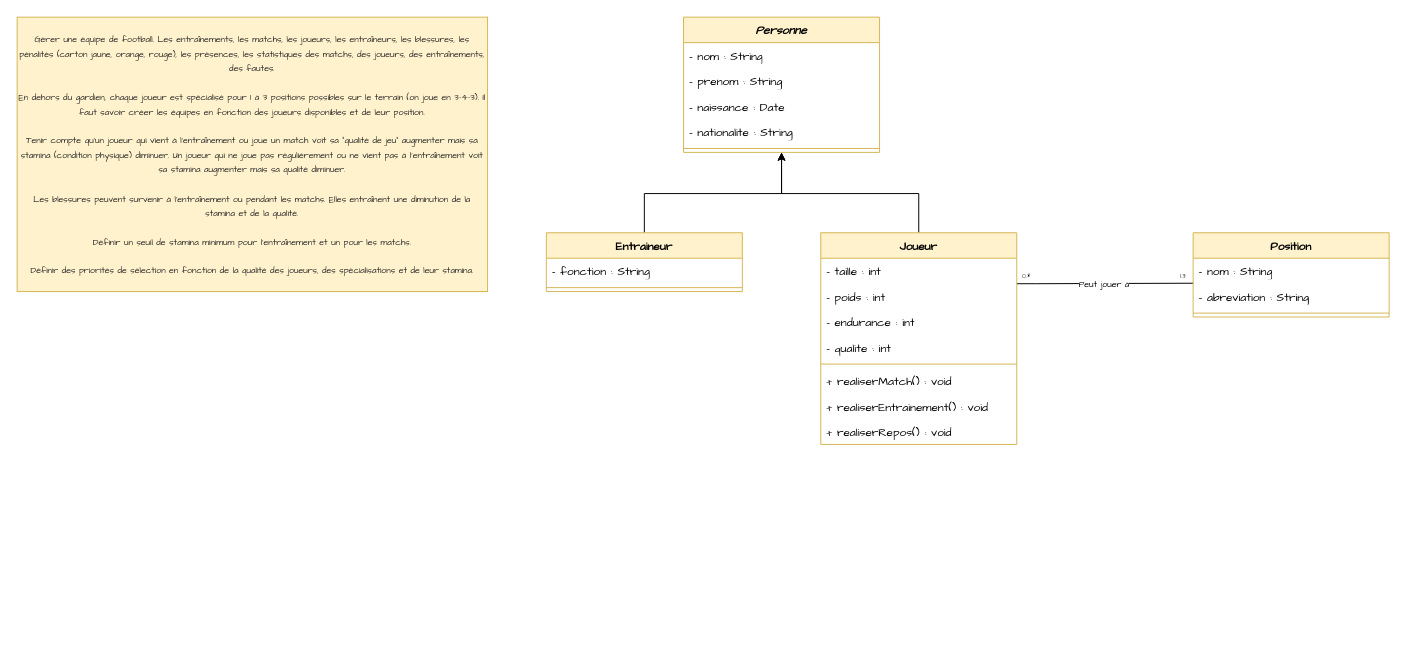
alexandrerahir/PulseCoaching keeps this draw.io diagram as diagramme_classes.drawio. Above is the earlier version. Source tidied: cells renumbered, new cells numbered last; positions are measured from the earlier drawing's top-left corner, leaving out a move shared by most shapes. Both pictures are drawn from the tidied source at 98%, with x=0, y=0 at pixel (17, 17).
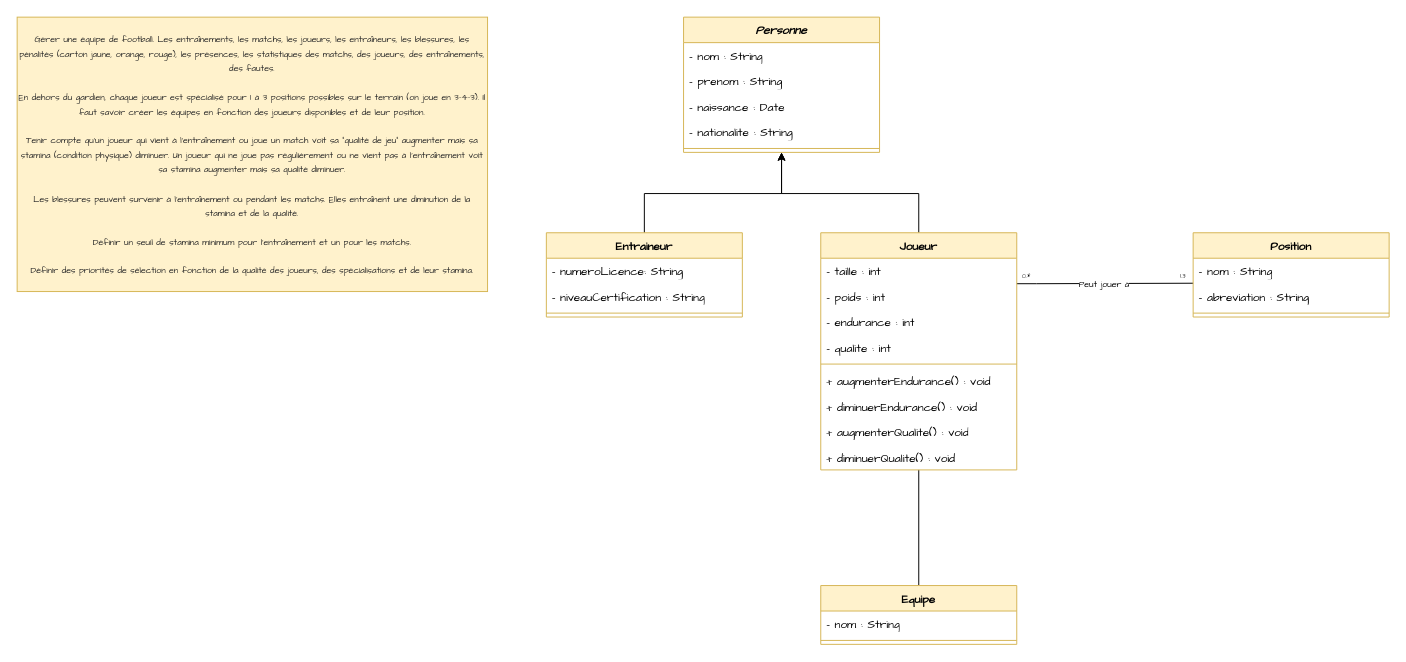
Above is the later version.

The edit, as a diff of the source:
```diff
@@
+    <mxCell id="31" style="edgeStyle=orthogonalEdgeStyle;rounded=0;jettySize=auto;html=1;entryX=0.5;entryY=0;entryDx=0;entryDy=0;endArrow=none;startFill=0;" parent="1" edge="1" source="7" target="34">
+      <mxGeometry relative="1" as="geometry" />
+    </mxCell>
     <mxCell id="7" value="&lt;font style=&quot;&quot; face=&quot;Comic Sans MS&quot;&gt;Joueur&lt;/font&gt;" style="swimlane;fontStyle=1;align=center;verticalAlign=top;horizontal=1;startSize=26;whiteSpace=wrap;html=1;fillColor=#fff2cc;strokeColor=#d6b656;" parent="1" vertex="1">
-      <mxGeometry x="820" y="220" width="200" height="216" as="geometry" />
+      <mxGeometry x="820" y="220" width="200" height="242" as="geometry" />
     </mxCell>
@@
-    <mxCell id="13" value="&lt;font face=&quot;Comic Sans MS&quot;&gt;+ realiserMatch() : void&lt;/font&gt;" style="text;strokeColor=none;fillColor=none;align=left;verticalAlign=top;spacingLeft=4;spacingRight=4;overflow=hidden;whiteSpace=wrap;html=1;" parent="7" vertex="1">
+    <mxCell id="13" value="&lt;font face=&quot;Comic Sans MS&quot;&gt;+ augmenterEndurance() : void&lt;/font&gt;" style="text;strokeColor=none;fillColor=none;align=left;verticalAlign=top;spacingLeft=4;spacingRight=4;overflow=hidden;whiteSpace=wrap;html=1;" parent="7" vertex="1">
       <mxGeometry y="138" width="200" height="26" as="geometry" />
     </mxCell>
-    <mxCell id="14" value="&lt;font face=&quot;Comic Sans MS&quot;&gt;+ realiserEntrainement() : void&lt;/font&gt;" style="text;strokeColor=none;fillColor=none;align=left;verticalAlign=top;spacingLeft=4;spacingRight=4;overflow=hidden;whiteSpace=wrap;html=1;" parent="7" vertex="1">
+    <mxCell id="14" value="&lt;font face=&quot;Comic Sans MS&quot;&gt;+ diminuerEndurance() : void&lt;/font&gt;" style="text;strokeColor=none;fillColor=none;align=left;verticalAlign=top;spacingLeft=4;spacingRight=4;overflow=hidden;whiteSpace=wrap;html=1;" parent="7" vertex="1">
       <mxGeometry y="164" width="200" height="26" as="geometry" />
     </mxCell>
-    <mxCell id="15" value="&lt;font face=&quot;Comic Sans MS&quot;&gt;+ realiserRepos() : void&lt;/font&gt;" style="text;strokeColor=none;fillColor=none;align=left;verticalAlign=top;spacingLeft=4;spacingRight=4;overflow=hidden;whiteSpace=wrap;html=1;" parent="7" vertex="1">
+    <mxCell id="15" value="&lt;font face=&quot;Comic Sans MS&quot;&gt;+ augmenterQualite() : void&lt;/font&gt;" style="text;strokeColor=none;fillColor=none;align=left;verticalAlign=top;spacingLeft=4;spacingRight=4;overflow=hidden;whiteSpace=wrap;html=1;" parent="7" vertex="1">
       <mxGeometry y="190" width="200" height="26" as="geometry" />
     </mxCell>
+    <mxCell id="32" value="&lt;font face=&quot;Comic Sans MS&quot;&gt;+ diminuerQualite() : void&lt;/font&gt;" style="text;strokeColor=none;fillColor=none;align=left;verticalAlign=top;spacingLeft=4;spacingRight=4;overflow=hidden;whiteSpace=wrap;html=1;" parent="7" vertex="1">
+      <mxGeometry y="216" width="200" height="26" as="geometry" />
+    </mxCell>
@@
     <mxCell id="27" value="&lt;font style=&quot;&quot; face=&quot;Comic Sans MS&quot;&gt;Entraineur&lt;/font&gt;" style="swimlane;fontStyle=1;align=center;verticalAlign=top;horizontal=1;startSize=26;whiteSpace=wrap;html=1;fillColor=#fff2cc;strokeColor=#d6b656;" parent="1" vertex="1">
-      <mxGeometry x="540" y="220" width="200" height="60" as="geometry" />
+      <mxGeometry x="540" y="220" width="200" height="86" as="geometry" />
     </mxCell>
-    <mxCell id="28" value="&lt;font style=&quot;&quot; face=&quot;Comic Sans MS&quot;&gt;- fonction : String&lt;/font&gt;" style="text;strokeColor=none;fillColor=none;align=left;verticalAlign=top;spacingLeft=4;spacingRight=4;overflow=hidden;whiteSpace=wrap;html=1;" parent="27" vertex="1">
+    <mxCell id="28" value="&lt;font style=&quot;&quot; face=&quot;Comic Sans MS&quot;&gt;- numeroLicence: String&lt;/font&gt;" style="text;strokeColor=none;fillColor=none;align=left;verticalAlign=top;spacingLeft=4;spacingRight=4;overflow=hidden;whiteSpace=wrap;html=1;" parent="27" vertex="1">
       <mxGeometry y="26" width="200" height="26" as="geometry" />
     </mxCell>
+    <mxCell id="33" value="&lt;font style=&quot;&quot; face=&quot;Comic Sans MS&quot;&gt;- niveauCertification : String&lt;/font&gt;" style="text;strokeColor=none;fillColor=none;align=left;verticalAlign=top;spacingLeft=4;spacingRight=4;overflow=hidden;whiteSpace=wrap;html=1;" parent="27" vertex="1">
+      <mxGeometry y="52" width="200" height="26" as="geometry" />
+    </mxCell>
     <mxCell id="29" style="line;strokeWidth=1;fillColor=none;align=left;verticalAlign=middle;spacingTop=-1;spacingLeft=3;spacingRight=3;labelPosition=right;strokeColor=inherit;" parent="27" vertex="1">
-      <mxGeometry y="52" width="200" height="8" as="geometry" />
+      <mxGeometry y="78" width="200" height="8" as="geometry" />
     </mxCell>
@@
+    <mxCell id="34" value="&lt;font style=&quot;&quot; face=&quot;Comic Sans MS&quot;&gt;Equipe&lt;/font&gt;" style="swimlane;fontStyle=1;align=center;verticalAlign=top;horizontal=1;startSize=26;whiteSpace=wrap;html=1;fillColor=#fff2cc;strokeColor=#d6b656;" parent="1" vertex="1">
+      <mxGeometry x="820" y="580" width="200" height="60" as="geometry" />
+    </mxCell>
+    <mxCell id="35" value="&lt;font face=&quot;Comic Sans MS&quot;&gt;- nom : String&lt;/font&gt;" style="text;strokeColor=none;fillColor=none;align=left;verticalAlign=top;spacingLeft=4;spacingRight=4;overflow=hidden;whiteSpace=wrap;html=1;" parent="34" vertex="1">
+      <mxGeometry y="26" width="200" height="26" as="geometry" />
+    </mxCell>
+    <mxCell id="36" style="line;strokeWidth=1;fillColor=none;align=left;verticalAlign=middle;spacingTop=-1;spacingLeft=3;spacingRight=3;labelPosition=right;strokeColor=inherit;" parent="34" vertex="1">
+      <mxGeometry y="52" width="200" height="8" as="geometry" />
+    </mxCell>
```
